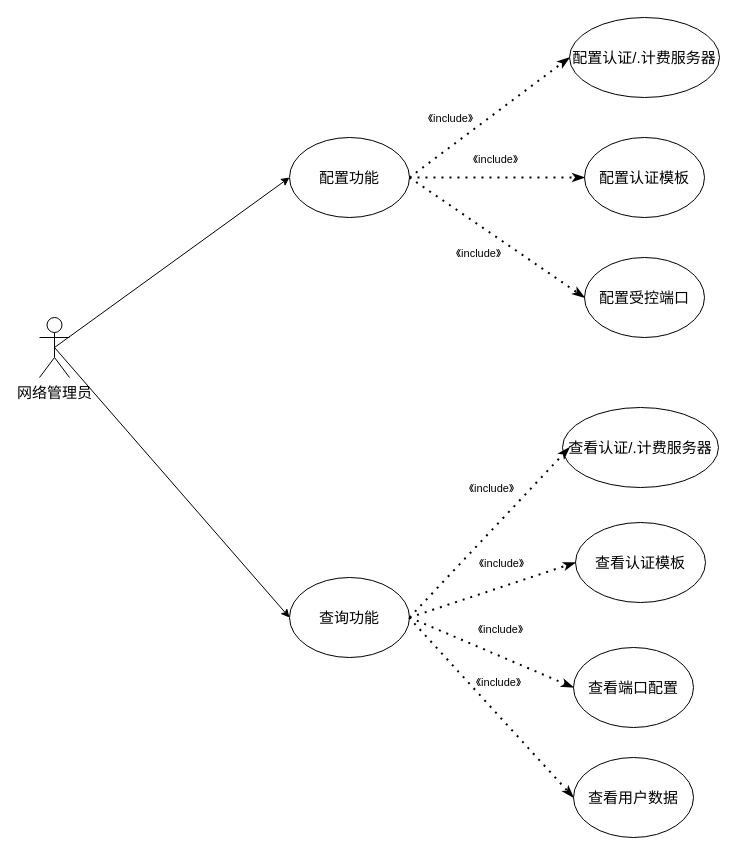
PATORITU/PATORITU keeps this draw.io diagram as 网络管理员需求分析图.drawio. Above is the earlier version. Source tidied: cells renumbered, new cells numbered last; positions are measured from the earlier drawing's top-left corner, leaving out a move shared by most shapes. Both pictures are drawn from the tidied source at 100%, with x=0, y=0 at pixel (39, 17).
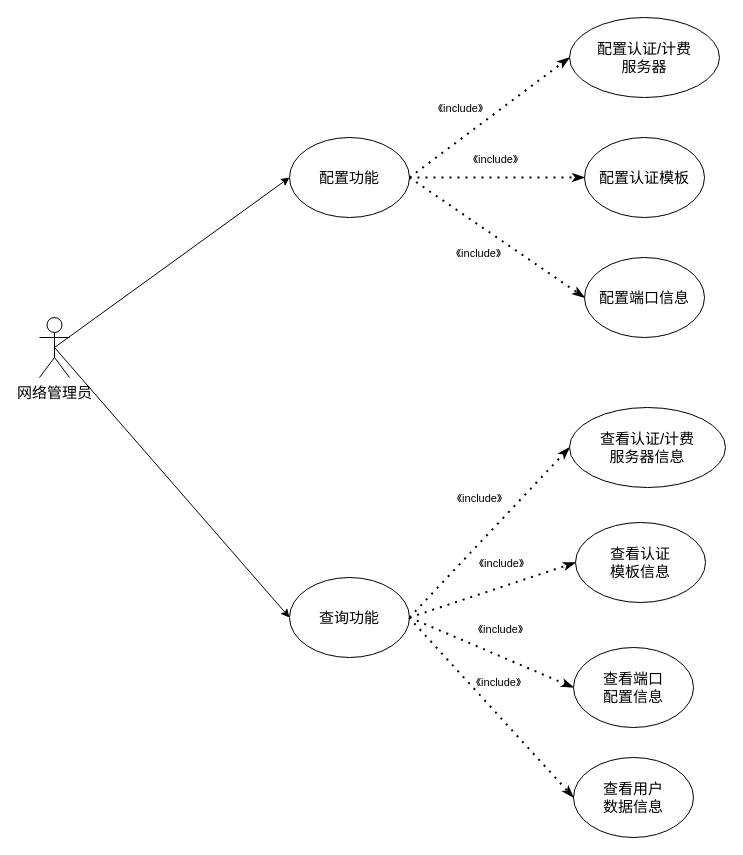
After the change.

Commit message:
更新网络管理员需求分析图.drawio

The change refers to these unchanged cells:
```xml
<mxCell id="14" style="endArrow=classicThin;dashed=1;html=1;dashPattern=1 3;strokeWidth=2;rounded=0;exitX=1;exitY=0.5;exitDx=0;exitDy=0;entryX=0;entryY=0.5;entryDx=0;entryDy=0;endFill=1;" parent="1" edge="1" source="5" target="7">
  <mxGeometry relative="1" as="geometry" />
</mxCell>
<mxCell id="20" style="endArrow=classicThin;dashed=1;html=1;dashPattern=1 3;strokeWidth=2;rounded=0;exitX=1;exitY=0.5;exitDx=0;exitDy=0;entryX=0;entryY=0.5;entryDx=0;entryDy=0;endFill=1;" parent="1" edge="1" source="6">
  <mxGeometry relative="1" as="geometry">
    <mxPoint x="530" y="430" as="targetPoint" />
  </mxGeometry>
</mxCell>
```

Change to the diagram source:
```diff
@@
-    <mxCell id="7" value="&lt;font style=&quot;font-size: 15px;&quot;&gt;配置认证/.计费服务器&lt;/font&gt;" style="ellipse;whiteSpace=wrap;html=1;flipV=0;" parent="1" vertex="1">
+    <mxCell id="7" value="&lt;font style=&quot;font-size: 15px;&quot;&gt;配置认证/计费&lt;br&gt;服务器&lt;/font&gt;" style="ellipse;whiteSpace=wrap;html=1;flipV=0;" parent="1" vertex="1">
       <mxGeometry x="530" width="150" height="80" as="geometry" />
     </mxCell>
@@
-    <mxCell id="9" value="&lt;font style=&quot;font-size: 15px;&quot;&gt;配置受控端口&lt;/font&gt;" style="ellipse;whiteSpace=wrap;html=1;flipV=0;" parent="1" vertex="1">
+    <mxCell id="9" value="&lt;font style=&quot;font-size: 15px;&quot;&gt;配置端口信息&lt;/font&gt;" style="ellipse;whiteSpace=wrap;html=1;flipV=0;" parent="1" vertex="1">
       <mxGeometry x="545" y="240" width="120" height="80" as="geometry" />
     </mxCell>
-    <mxCell id="10" value="&lt;font style=&quot;font-size: 15px;&quot;&gt;查看认证/.计费服务器&lt;/font&gt;" style="ellipse;whiteSpace=wrap;html=1;flipV=0;" parent="1" vertex="1">
-      <mxGeometry x="523" y="390" width="156" height="80" as="geometry" />
+    <mxCell id="10" value="&lt;font style=&quot;font-size: 15px;&quot;&gt;查看认证/计费&lt;br&gt;服务器信息&lt;/font&gt;" style="ellipse;whiteSpace=wrap;html=1;flipV=0;" parent="1" vertex="1">
+      <mxGeometry x="530" y="390" width="156" height="80" as="geometry" />
     </mxCell>
-    <mxCell id="11" value="&lt;font style=&quot;font-size: 15px;&quot;&gt;查看认证模板&lt;/font&gt;" style="ellipse;whiteSpace=wrap;html=1;flipV=0;" parent="1" vertex="1">
+    <mxCell id="11" value="&lt;font style=&quot;font-size: 15px;&quot;&gt;查看认证&lt;br&gt;模板信息&lt;/font&gt;" style="ellipse;whiteSpace=wrap;html=1;flipV=0;" parent="1" vertex="1">
       <mxGeometry x="536" y="505" width="130" height="80" as="geometry" />
     </mxCell>
-    <mxCell id="12" value="&lt;font style=&quot;font-size: 15px;&quot;&gt;查看端口配置&lt;/font&gt;" style="ellipse;whiteSpace=wrap;html=1;flipV=0;" parent="1" vertex="1">
+    <mxCell id="12" value="&lt;font style=&quot;font-size: 15px;&quot;&gt;查看端口&lt;br&gt;配置信息&lt;/font&gt;" style="ellipse;whiteSpace=wrap;html=1;flipV=0;" parent="1" vertex="1">
       <mxGeometry x="534" y="630" width="120" height="80" as="geometry" />
     </mxCell>
-    <mxCell id="13" value="&lt;font style=&quot;font-size: 15px;&quot;&gt;查看用户数据&lt;/font&gt;" style="ellipse;whiteSpace=wrap;html=1;flipV=0;" parent="1" vertex="1">
+    <mxCell id="13" value="&lt;font style=&quot;font-size: 15px;&quot;&gt;查看用户&lt;br&gt;数据信息&lt;/font&gt;" style="ellipse;whiteSpace=wrap;html=1;flipV=0;" parent="1" vertex="1">
       <mxGeometry x="534" y="740" width="120" height="80" as="geometry" />
     </mxCell>
@@
     <mxCell id="15" value="《include》" style="edgeLabel;html=1;align=center;verticalAlign=middle;" parent="14" vertex="1">
       <mxGeometry x="-0.31" y="3" relative="1" as="geometry">
-        <mxPoint x="-13" y="-16" as="offset" />
+        <mxPoint x="-3" y="-26" as="offset" />
       </mxGeometry>
     </mxCell>
@@
     <mxCell id="21" value="《include》" style="edgeLabel;html=1;align=center;verticalAlign=middle;" parent="20" vertex="1">
       <mxGeometry x="-0.13" y="-1" relative="1" as="geometry">
-        <mxPoint x="11" y="-56" as="offset" />
+        <mxPoint x="-1" y="-46" as="offset" />
       </mxGeometry>
     </mxCell>
```
